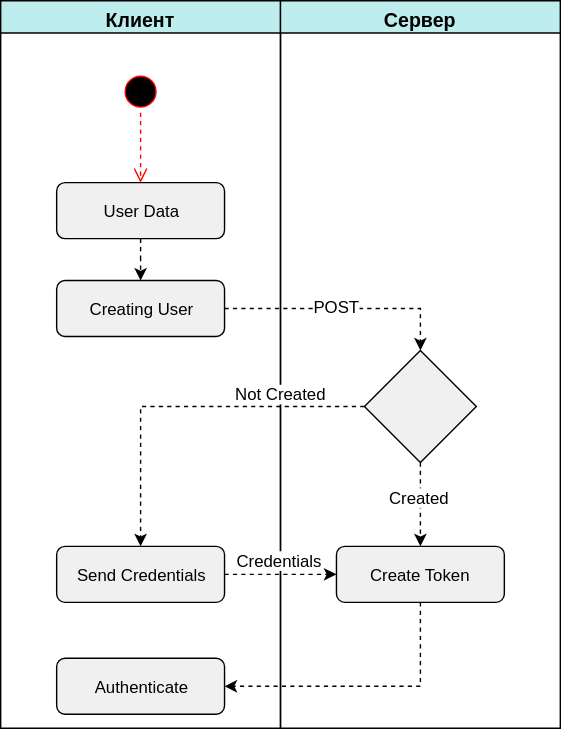
ajile/draw-io keeps this draw.io diagram as partner-authentication.svg. Above is the earlier version. Source tidied: cells renumbered, new cells last; positions are measured from the earlier drawing's top-left corner, leaving out a move shared by most shapes.
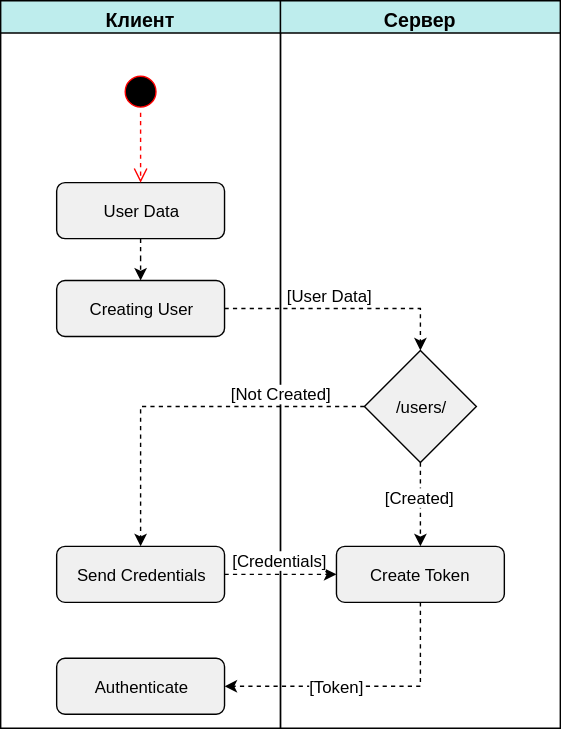
After the change.

The edit, as a diff of the source:
```diff
@@ -29,7 +29,7 @@
     <mxCell id="10" value="Сервер" style="swimlane;whiteSpace=wrap;html=1;fillColor=#BEEDED;fontSize=14;align=center;" parent="1" vertex="1">
       <mxGeometry x="200" width="200" height="520" as="geometry" />
     </mxCell>
-    <mxCell id="11" style="rhombus;whiteSpace=wrap;html=1;fillColor=#F0F0F0;fontSize=12;align=center;" parent="10" vertex="1">
+    <mxCell id="11" value="/users/" style="rhombus;whiteSpace=wrap;html=1;fillColor=#F0F0F0;fontSize=12;align=center;" parent="10" vertex="1">
       <mxGeometry x="60" y="250" width="80" height="80" as="geometry" />
     </mxCell>
     <mxCell id="12" value="Create Token" style="rounded=1;whiteSpace=wrap;html=1;fillColor=#F0F0F0;fontSize=12;align=center;" parent="10" vertex="1">
@@ -38,7 +38,7 @@
     <mxCell id="13" style="edgeStyle=orthogonalEdgeStyle;rounded=0;html=1;dashed=1;endArrow=classic;endFill=1;endSize=6;jettySize=auto;fontSize=12;entryX=0.5;entryY=0;" parent="10" edge="1" source="11" target="12">
       <mxGeometry relative="1" as="geometry" />
     </mxCell>
-    <mxCell id="14" value="Created" style="text;html=1;align=center;verticalAlign=middle;labelBackgroundColor=#ffffff;fontSize=12;" parent="13" vertex="1">
+    <mxCell id="14" value="[Created]" style="text;html=1;align=center;verticalAlign=middle;labelBackgroundColor=#ffffff;fontSize=12;" parent="13" vertex="1">
       <mxGeometry x="-0.1" y="-1" relative="1" as="geometry">
         <mxPoint y="-3" as="offset" />
       </mxGeometry>
@@ -46,15 +46,15 @@
     <mxCell id="15" style="edgeStyle=orthogonalEdgeStyle;rounded=0;html=1;dashed=1;endArrow=classic;endFill=1;endSize=6;jettySize=auto;fontSize=12;entryX=0.5;entryY=0;" parent="1" edge="1" source="7" target="11">
       <mxGeometry relative="1" as="geometry" />
     </mxCell>
-    <mxCell id="16" value="POST" style="text;html=1;align=center;verticalAlign=middle;labelBackgroundColor=#ffffff;fontSize=12;" parent="15" vertex="1">
+    <mxCell id="16" value="[User Data]" style="text;html=1;align=center;verticalAlign=middle;labelBackgroundColor=#ffffff;fontSize=12;" parent="15" vertex="1">
       <mxGeometry x="-0.28" y="-3" relative="1" as="geometry">
-        <mxPoint x="19" y="-5" as="offset" />
+        <mxPoint x="14" y="-13" as="offset" />
       </mxGeometry>
     </mxCell>
     <mxCell id="17" style="edgeStyle=orthogonalEdgeStyle;rounded=0;html=1;dashed=1;endArrow=classic;endFill=1;endSize=6;jettySize=auto;fontSize=12;entryX=0.5;entryY=0;" parent="1" edge="1" source="11" target="8">
       <mxGeometry relative="1" as="geometry" />
     </mxCell>
-    <mxCell id="18" value="Not Created" style="text;html=1;align=center;verticalAlign=middle;labelBackgroundColor=#ffffff;fontSize=12;" parent="17" vertex="1">
+    <mxCell id="18" value="[Not Created]" style="text;html=1;align=center;verticalAlign=middle;labelBackgroundColor=#ffffff;fontSize=12;" parent="17" vertex="1">
       <mxGeometry x="-0.08" y="1" relative="1" as="geometry">
         <mxPoint x="60" y="-11" as="offset" />
       </mxGeometry>
@@ -62,13 +62,13 @@
     <mxCell id="19" style="edgeStyle=orthogonalEdgeStyle;rounded=0;html=1;dashed=1;endArrow=classic;endFill=1;endSize=6;jettySize=auto;fontSize=12;" parent="1" edge="1" source="8" target="12">
       <mxGeometry relative="1" as="geometry" />
     </mxCell>
-    <mxCell id="20" value="&lt;span&gt;Credentials&lt;/span&gt;" style="text;html=1;align=center;verticalAlign=middle;labelBackgroundColor=#ffffff;fontSize=12;" parent="19" vertex="1">
+    <mxCell id="20" value="[Credentials]" style="text;html=1;align=center;verticalAlign=middle;labelBackgroundColor=#ffffff;fontSize=12;" parent="19" vertex="1">
       <mxGeometry x="-0.28" y="-1" relative="1" as="geometry">
         <mxPoint x="10" y="-12" as="offset" />
       </mxGeometry>
     </mxCell>
-    <mxCell id="21" style="edgeStyle=orthogonalEdgeStyle;rounded=0;html=1;entryX=1;entryY=0.5;dashed=1;endArrow=classic;endFill=1;endSize=6;jettySize=auto;fontSize=12;exitX=0.5;exitY=1;" parent="1" edge="1" source="12" target="9">
-      <mxGeometry relative="1" as="geometry">
+    <mxCell id="21" value="[Token]" style="edgeStyle=orthogonalEdgeStyle;rounded=0;html=1;entryX=1;entryY=0.5;dashed=1;endArrow=classic;endFill=1;endSize=6;jettySize=auto;fontSize=12;exitX=0.5;exitY=1;" parent="1" edge="1" source="12" target="9">
+      <mxGeometry x="0.2" relative="1" as="geometry">
         <Array as="points">
           <mxPoint x="300" y="490" />
         </Array>
```
